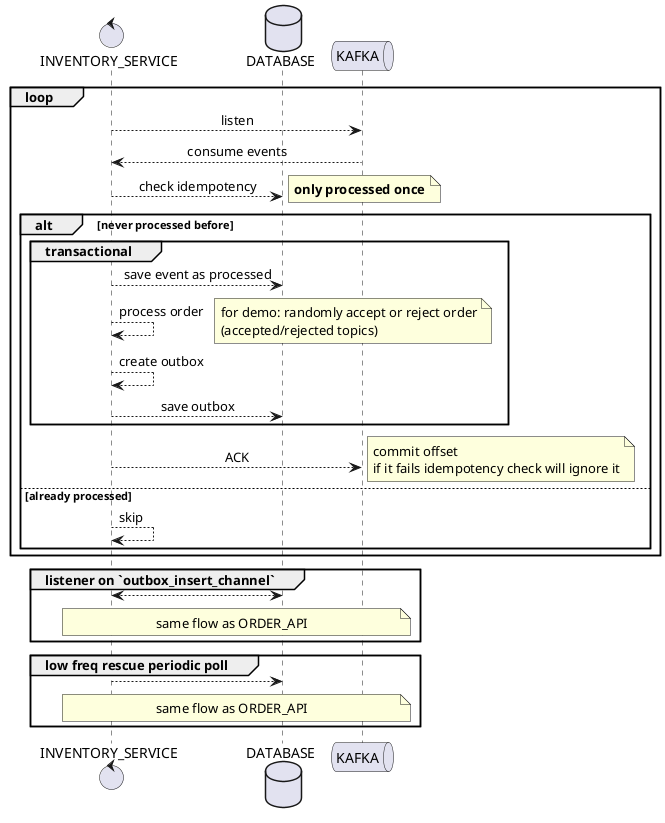
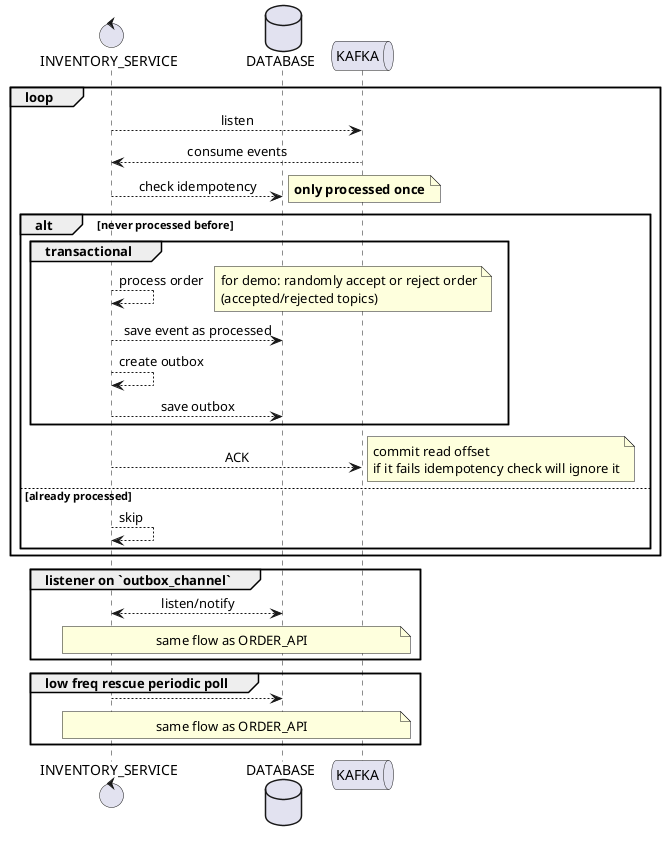
@startuml
skinparam sequenceMessageAlign center

control INVENTORY_SERVICE as SERVICE
database DATABASE as DB
queue KAFKA as K

loop
    SERVICE --> K: listen
    K --> SERVICE: consume events
    SERVICE --> DB: check idempotency
    note right: **only processed once**
    alt never processed before
        group transactional
-             SERVICE --> DB: save event as processed
            SERVICE --> SERVICE: process order
            note right: for demo: randomly accept or reject order\n(accepted/rejected topics)
+             SERVICE --> DB: save event as processed
            SERVICE --> SERVICE: create outbox
            SERVICE --> DB: save outbox
        end
        SERVICE --> K: ACK
-         note right: commit offset\nif it fails idempotency check will ignore it
+         note right: commit read offset\nif it fails idempotency check will ignore it
    else already processed
        SERVICE --> SERVICE: skip
    end
end

- group listener on `outbox_insert_channel`
-     SERVICE <--> DB
+ group listener on `outbox_channel`
+     SERVICE <--> DB: listen/notify
    note across: same flow as ORDER_API
end

group low freq rescue periodic poll
      SERVICE --> DB
      note across: same flow as ORDER_API
end
@enduml
